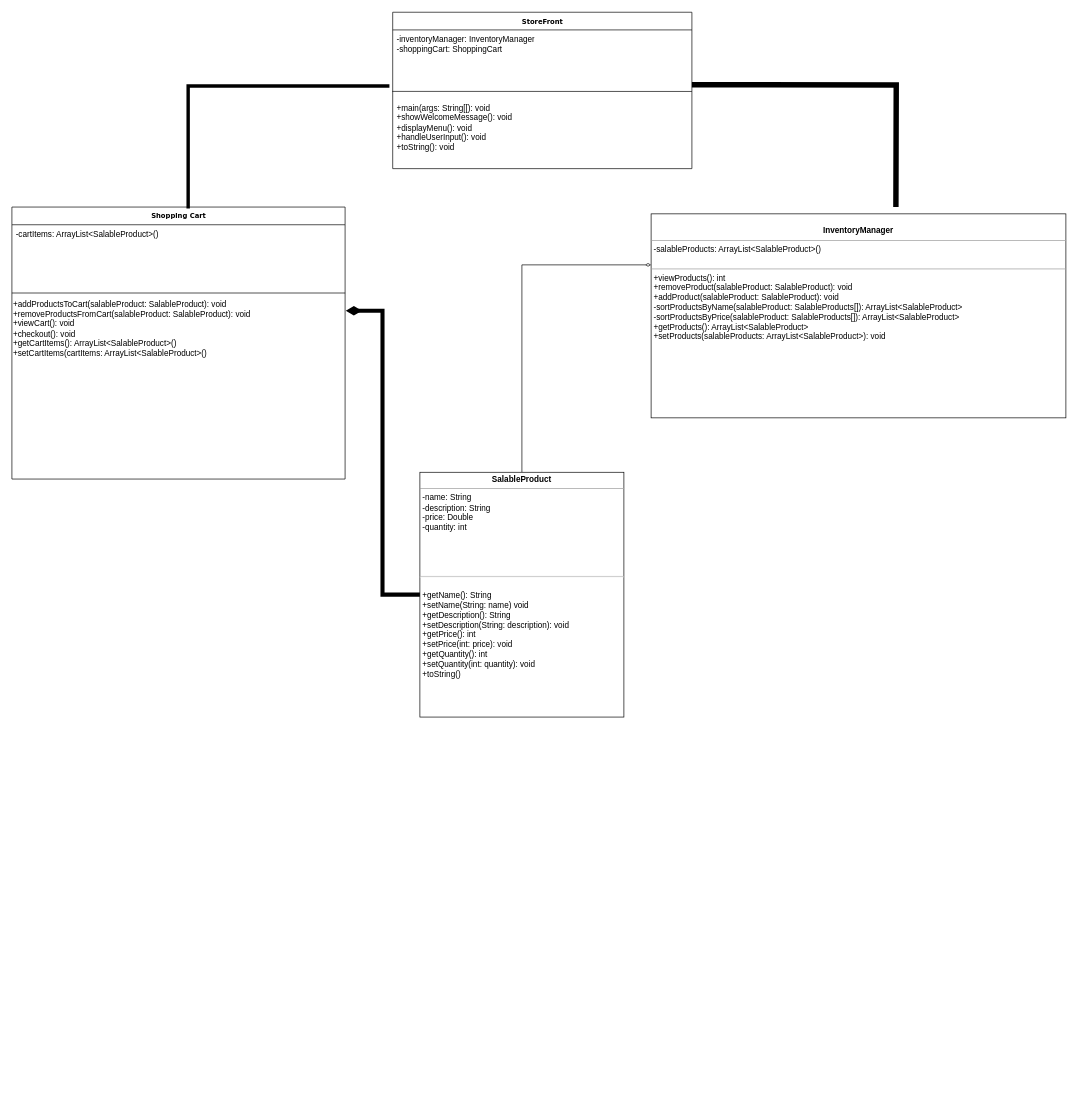
The draw.io diagram Toni's Store.drawio in toniomon96/grad_school, before the edit. Source tidied: cells renumbered, new cells numbered last; positions are measured from the earlier drawing's top-left corner, leaving out a move shared by most shapes. Both pictures are drawn from the tidied source at 68%, with x=0, y=0 at pixel (12, 12).
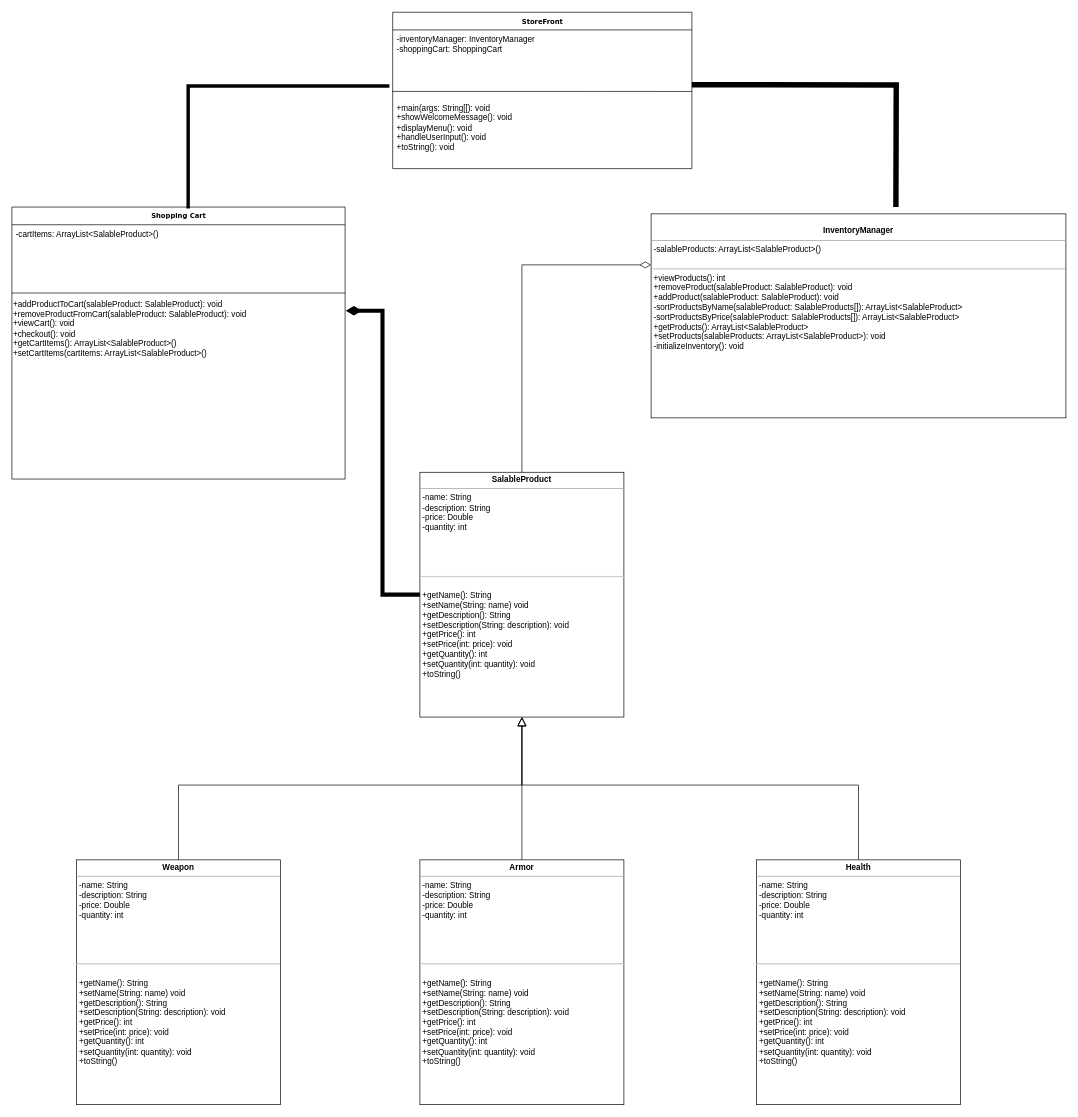
The same page after the edit.

The change refers to these unchanged cells:
```xml
<mxCell id="2" value="&lt;b&gt;Shopping Cart&lt;/b&gt;" style="swimlane;html=1;fontStyle=0;horizontal=1;startSize=26;fillColor=none;swimlaneFillColor=#ffffff;rounded=0;shadow=0;comic=0;labelBackgroundColor=none;strokeWidth=1;fontFamily=Verdana;fontSize=10;align=center;" parent="1" vertex="1">
  <mxGeometry y="286" width="490" height="400" as="geometry" />
</mxCell>
<mxCell id="11" value="&lt;p style=&quot;margin:0px;margin-top:4px;text-align:center;&quot;&gt;&lt;b&gt;SalableProduct&lt;/b&gt;&lt;/p&gt;&lt;hr size=&quot;1&quot;&gt;&lt;p style=&quot;margin:0px;margin-left:4px;&quot;&gt;-name: String&lt;/p&gt;&lt;p style=&quot;margin:0px;margin-left:4px;&quot;&gt;-description: String&lt;/p&gt;&lt;p style=&quot;margin:0px;margin-left:4px;&quot;&gt;-price: Double&lt;/p&gt;&lt;p style=&quot;margin:0px;margin-left:4px;&quot;&gt;-quantity: int&lt;/p&gt;&lt;p style=&quot;margin:0px;margin-left:4px;&quot;&gt;&lt;br&gt;&lt;/p&gt;&lt;p style=&quot;margin:0px;margin-left:4px;&quot;&gt;&lt;br&gt;&lt;/p&gt;&lt;p style=&quot;margin:0px;margin-left:4px;&quot;&gt;&lt;br&gt;&lt;/p&gt;&lt;p style=&quot;margin:0px;margin-left:4px;&quot;&gt;&lt;br&gt;&lt;/p&gt;&lt;hr&gt;&lt;p style=&quot;margin:0px;margin-left:4px;&quot;&gt;&lt;br&gt;&lt;/p&gt;&lt;p style=&quot;border-color: var(--border-color); margin: 0px 0px 0px 4px;&quot;&gt;+getName(): String&lt;/p&gt;&lt;p style=&quot;border-color: var(--border-color); margin: 0px 0px 0px 4px;&quot;&gt;+setName(String: name) void&lt;/p&gt;&lt;p style=&quot;border-color: var(--border-color); margin: 0px 0px 0px 4px;&quot;&gt;+getDescription(): String&lt;/p&gt;&lt;p style=&quot;border-color: var(--border-color); margin: 0px 0px 0px 4px;&quot;&gt;+setDescription(String: description): void&lt;/p&gt;&lt;p style=&quot;border-color: var(--border-color); margin: 0px 0px 0px 4px;&quot;&gt;+getPrice(): int&lt;/p&gt;&lt;p style=&quot;border-color: var(--border-color); margin: 0px 0px 0px 4px;&quot;&gt;+setPrice(int: price): void&lt;/p&gt;&lt;p style=&quot;border-color: var(--border-color); margin: 0px 0px 0px 4px;&quot;&gt;+getQuantity(): int&lt;/p&gt;&lt;p style=&quot;border-color: var(--border-color); margin: 0px 0px 0px 4px;&quot;&gt;+setQuantity(int: quantity): void&lt;/p&gt;&lt;p style=&quot;border-color: var(--border-color); margin: 0px 0px 0px 4px;&quot;&gt;+toString()&lt;/p&gt;&lt;p style=&quot;border-color: var(--border-color); margin: 0px 0px 0px 4px;&quot;&gt;&lt;br&gt;&lt;/p&gt;&lt;p style=&quot;margin:0px;margin-left:4px;&quot;&gt;&lt;br&gt;&lt;/p&gt;&lt;p style=&quot;margin:0px;margin-left:4px;&quot;&gt;&lt;br&gt;&lt;/p&gt;&lt;p style=&quot;margin:0px;margin-left:4px;&quot;&gt;&lt;br&gt;&lt;/p&gt;&lt;p style=&quot;margin:0px;margin-left:4px;&quot;&gt;&lt;br&gt;&lt;/p&gt;" style="verticalAlign=top;align=left;overflow=fill;fontSize=12;fontFamily=Helvetica;html=1;rounded=0;shadow=0;comic=0;labelBackgroundColor=none;strokeWidth=1;" parent="1" vertex="1">
  <mxGeometry x="600" y="676" width="300" height="360" as="geometry" />
</mxCell>
```

Diff of the diagram source:
```diff
@@
-    <mxCell id="5" value="&lt;br&gt;&lt;br&gt;&lt;br&gt;&lt;br&gt;&lt;br&gt;&lt;br&gt;&lt;br&gt;&lt;br&gt;&lt;br&gt;&lt;br&gt;&lt;br&gt;&lt;br&gt;&lt;br&gt;&lt;br&gt;+addProductsToCart(salableProduct: SalableProduct): void&lt;br&gt;+removeProductsFromCart(salableProduct: SalableProduct): void&lt;br&gt;+viewCart(): void&lt;br&gt;+checkout(): void&lt;br&gt;+getCartItems(): ArrayList&amp;lt;SalableProduct&amp;gt;()&lt;br&gt;+setCartItems(cartItems: ArrayList&amp;lt;SalableProduct&amp;gt;()&lt;br&gt;&lt;br&gt;&lt;br&gt;&lt;br&gt;&lt;br&gt;&lt;br&gt;&lt;br&gt;&lt;br&gt;&lt;br&gt;&lt;br&gt;&lt;br&gt;&lt;br&gt;&lt;br&gt;&lt;div&gt;&lt;br&gt;&lt;/div&gt;" style="text;strokeColor=none;align=left;fillColor=none;html=1;verticalAlign=middle;whiteSpace=wrap;rounded=0;" parent="2" vertex="1">
+    <mxCell id="5" value="&lt;br&gt;&lt;br&gt;&lt;br&gt;&lt;br&gt;&lt;br&gt;&lt;br&gt;&lt;br&gt;&lt;br&gt;&lt;br&gt;&lt;br&gt;&lt;br&gt;&lt;br&gt;&lt;br&gt;&lt;br&gt;+addProductToCart(salableProduct: SalableProduct): void&lt;br&gt;+removeProductFromCart(salableProduct: SalableProduct): void&lt;br&gt;+viewCart(): void&lt;br&gt;+checkout(): void&lt;br&gt;+getCartItems(): ArrayList&amp;lt;SalableProduct&amp;gt;()&lt;br&gt;+setCartItems(cartItems: ArrayList&amp;lt;SalableProduct&amp;gt;()&lt;br&gt;&lt;br&gt;&lt;br&gt;&lt;br&gt;&lt;br&gt;&lt;br&gt;&lt;br&gt;&lt;br&gt;&lt;br&gt;&lt;br&gt;&lt;br&gt;&lt;br&gt;&lt;br&gt;&lt;div&gt;&lt;br&gt;&lt;/div&gt;" style="text;strokeColor=none;align=left;fillColor=none;html=1;verticalAlign=middle;whiteSpace=wrap;rounded=0;" parent="2" vertex="1">
       <mxGeometry y="52" width="490" height="240" as="geometry" />
     </mxCell>
@@
-    <mxCell id="9" value="&lt;p style=&quot;margin:0px;margin-top:4px;text-align:center;&quot;&gt;&lt;br&gt;&lt;b&gt;InventoryManager&lt;/b&gt;&lt;/p&gt;&lt;hr size=&quot;1&quot;&gt;&lt;p style=&quot;margin:0px;margin-left:4px;&quot;&gt;-salableProducts: ArrayList&amp;lt;SalableProduct&amp;gt;()&lt;br&gt;&lt;br&gt;&lt;/p&gt;&lt;hr size=&quot;1&quot;&gt;&lt;p style=&quot;margin:0px;margin-left:4px;&quot;&gt;+viewProducts(): int&lt;br&gt;+removeProduct(salableProduct: SalableProduct): void&lt;/p&gt;&lt;p style=&quot;margin:0px;margin-left:4px;&quot;&gt;+addProduct(salableProduct: SalableProduct): void&lt;/p&gt;&lt;p style=&quot;margin:0px;margin-left:4px;&quot;&gt;-sortProductsByName(salableProduct: SalableProducts[]): ArrayList&amp;lt;SalableProduct&amp;gt;&lt;/p&gt;&lt;p style=&quot;margin:0px;margin-left:4px;&quot;&gt;&lt;span style=&quot;background-color: initial;&quot;&gt;-sortProductsByPrice(salableProduct: SalableProducts[]): ArrayList&amp;lt;SalableProduct&amp;gt;&lt;/span&gt;&lt;/p&gt;&lt;p style=&quot;margin:0px;margin-left:4px;&quot;&gt;&lt;span style=&quot;background-color: initial;&quot;&gt;+getProducts(): ArrayList&amp;lt;SalableProduct&amp;gt;&lt;/span&gt;&lt;/p&gt;&lt;p style=&quot;margin:0px;margin-left:4px;&quot;&gt;&lt;span style=&quot;background-color: initial;&quot;&gt;+setProducts(salableProducts: ArrayList&amp;lt;SalableProduct&amp;gt;): void&lt;/span&gt;&lt;/p&gt;" style="verticalAlign=top;align=left;overflow=fill;fontSize=12;fontFamily=Helvetica;html=1;rounded=0;shadow=0;comic=0;labelBackgroundColor=none;strokeWidth=1;" parent="1" vertex="1">
+    <mxCell id="9" value="&lt;p style=&quot;margin:0px;margin-top:4px;text-align:center;&quot;&gt;&lt;br&gt;&lt;b&gt;InventoryManager&lt;/b&gt;&lt;/p&gt;&lt;hr size=&quot;1&quot;&gt;&lt;p style=&quot;margin:0px;margin-left:4px;&quot;&gt;-salableProducts: ArrayList&amp;lt;SalableProduct&amp;gt;()&lt;br&gt;&lt;br&gt;&lt;/p&gt;&lt;hr size=&quot;1&quot;&gt;&lt;p style=&quot;margin:0px;margin-left:4px;&quot;&gt;+viewProducts(): int&lt;br&gt;+removeProduct(salableProduct: SalableProduct): void&lt;/p&gt;&lt;p style=&quot;margin:0px;margin-left:4px;&quot;&gt;+addProduct(salableProduct: SalableProduct): void&lt;/p&gt;&lt;p style=&quot;margin:0px;margin-left:4px;&quot;&gt;-sortProductsByName(salableProduct: SalableProducts[]): ArrayList&amp;lt;SalableProduct&amp;gt;&lt;/p&gt;&lt;p style=&quot;margin:0px;margin-left:4px;&quot;&gt;&lt;span style=&quot;background-color: initial;&quot;&gt;-sortProductsByPrice(salableProduct: SalableProducts[]): ArrayList&amp;lt;SalableProduct&amp;gt;&lt;/span&gt;&lt;/p&gt;&lt;p style=&quot;margin:0px;margin-left:4px;&quot;&gt;&lt;span style=&quot;background-color: initial;&quot;&gt;+getProducts(): ArrayList&amp;lt;SalableProduct&amp;gt;&lt;/span&gt;&lt;/p&gt;&lt;p style=&quot;margin:0px;margin-left:4px;&quot;&gt;&lt;span style=&quot;background-color: initial;&quot;&gt;+setProducts(salableProducts: ArrayList&amp;lt;SalableProduct&amp;gt;): void&lt;/span&gt;&lt;/p&gt;&lt;p style=&quot;margin:0px;margin-left:4px;&quot;&gt;-initializeInventory(): void&lt;/p&gt;" style="verticalAlign=top;align=left;overflow=fill;fontSize=12;fontFamily=Helvetica;html=1;rounded=0;shadow=0;comic=0;labelBackgroundColor=none;strokeWidth=1;" parent="1" vertex="1">
       <mxGeometry x="940" y="296" width="610" height="300" as="geometry" />
     </mxCell>
-    <mxCell id="10" style="edgeStyle=orthogonalEdgeStyle;rounded=0;jettySize=auto;html=1;exitX=0.5;exitY=0;exitDx=0;exitDy=0;entryX=0;entryY=0.25;entryDx=0;entryDy=0;endArrow=diamondThin;endFill=0;strokeWidth=1;" parent="1" edge="1" source="11" target="9">
+    <mxCell id="10" style="edgeStyle=orthogonalEdgeStyle;rounded=0;jettySize=auto;html=1;exitX=0.5;exitY=0;exitDx=0;exitDy=0;entryX=0;entryY=0.25;entryDx=0;entryDy=0;endArrow=diamondThin;endFill=0;strokeWidth=1;endSize=14;" parent="1" edge="1" source="11" target="9">
       <mxGeometry relative="1" as="geometry" />
     </mxCell>
@@
+    <mxCell id="15" style="edgeStyle=orthogonalEdgeStyle;rounded=0;jettySize=auto;html=1;endArrow=block;endFill=0;endSize=11;" parent="1" edge="1" source="16" target="11">
+      <mxGeometry relative="1" as="geometry">
+        <Array as="points">
+          <mxPoint x="245" y="1136" />
+          <mxPoint x="750" y="1136" />
+        </Array>
+      </mxGeometry>
+    </mxCell>
+    <mxCell id="16" value="&lt;p style=&quot;margin:0px;margin-top:4px;text-align:center;&quot;&gt;&lt;b&gt;Weapon&lt;/b&gt;&lt;/p&gt;&lt;hr size=&quot;1&quot;&gt;&lt;p style=&quot;margin:0px;margin-left:4px;&quot;&gt;-name: String&lt;/p&gt;&lt;p style=&quot;margin:0px;margin-left:4px;&quot;&gt;-description: String&lt;/p&gt;&lt;p style=&quot;margin:0px;margin-left:4px;&quot;&gt;-price: Double&lt;/p&gt;&lt;p style=&quot;margin:0px;margin-left:4px;&quot;&gt;-quantity: int&lt;/p&gt;&lt;p style=&quot;margin:0px;margin-left:4px;&quot;&gt;&lt;br&gt;&lt;/p&gt;&lt;p style=&quot;margin:0px;margin-left:4px;&quot;&gt;&lt;br&gt;&lt;/p&gt;&lt;p style=&quot;margin:0px;margin-left:4px;&quot;&gt;&lt;br&gt;&lt;/p&gt;&lt;p style=&quot;margin:0px;margin-left:4px;&quot;&gt;&lt;br&gt;&lt;/p&gt;&lt;hr&gt;&lt;p style=&quot;margin:0px;margin-left:4px;&quot;&gt;&lt;br&gt;&lt;/p&gt;&lt;p style=&quot;border-color: var(--border-color); margin: 0px 0px 0px 4px;&quot;&gt;+getName(): String&lt;/p&gt;&lt;p style=&quot;border-color: var(--border-color); margin: 0px 0px 0px 4px;&quot;&gt;+setName(String: name) void&lt;/p&gt;&lt;p style=&quot;border-color: var(--border-color); margin: 0px 0px 0px 4px;&quot;&gt;+getDescription(): String&lt;/p&gt;&lt;p style=&quot;border-color: var(--border-color); margin: 0px 0px 0px 4px;&quot;&gt;+setDescription(String: description): void&lt;/p&gt;&lt;p style=&quot;border-color: var(--border-color); margin: 0px 0px 0px 4px;&quot;&gt;+getPrice(): int&lt;/p&gt;&lt;p style=&quot;border-color: var(--border-color); margin: 0px 0px 0px 4px;&quot;&gt;+setPrice(int: price): void&lt;/p&gt;&lt;p style=&quot;border-color: var(--border-color); margin: 0px 0px 0px 4px;&quot;&gt;+getQuantity(): int&lt;/p&gt;&lt;p style=&quot;border-color: var(--border-color); margin: 0px 0px 0px 4px;&quot;&gt;+setQuantity(int: quantity): void&lt;/p&gt;&lt;p style=&quot;border-color: var(--border-color); margin: 0px 0px 0px 4px;&quot;&gt;+toString()&lt;/p&gt;&lt;p style=&quot;border-color: var(--border-color); margin: 0px 0px 0px 4px;&quot;&gt;&lt;br&gt;&lt;/p&gt;&lt;p style=&quot;margin:0px;margin-left:4px;&quot;&gt;&lt;br&gt;&lt;/p&gt;&lt;p style=&quot;margin:0px;margin-left:4px;&quot;&gt;&lt;br&gt;&lt;/p&gt;&lt;p style=&quot;margin:0px;margin-left:4px;&quot;&gt;&lt;br&gt;&lt;/p&gt;&lt;p style=&quot;margin:0px;margin-left:4px;&quot;&gt;&lt;br&gt;&lt;/p&gt;" style="verticalAlign=top;align=left;overflow=fill;fontSize=12;fontFamily=Helvetica;html=1;rounded=0;shadow=0;comic=0;labelBackgroundColor=none;strokeWidth=1;" parent="1" vertex="1">
+      <mxGeometry x="95" y="1246" width="300" height="360" as="geometry" />
+    </mxCell>
+    <mxCell id="17" style="edgeStyle=orthogonalEdgeStyle;rounded=0;jettySize=auto;html=1;entryX=0.5;entryY=1;entryDx=0;entryDy=0;endArrow=block;endFill=0;endSize=11;" parent="1" edge="1" source="18" target="11">
+      <mxGeometry relative="1" as="geometry" />
+    </mxCell>
+    <mxCell id="18" value="&lt;p style=&quot;margin:0px;margin-top:4px;text-align:center;&quot;&gt;&lt;b&gt;Armor&lt;/b&gt;&lt;/p&gt;&lt;hr size=&quot;1&quot;&gt;&lt;p style=&quot;margin:0px;margin-left:4px;&quot;&gt;-name: String&lt;/p&gt;&lt;p style=&quot;margin:0px;margin-left:4px;&quot;&gt;-description: String&lt;/p&gt;&lt;p style=&quot;margin:0px;margin-left:4px;&quot;&gt;-price: Double&lt;/p&gt;&lt;p style=&quot;margin:0px;margin-left:4px;&quot;&gt;-quantity: int&lt;/p&gt;&lt;p style=&quot;margin:0px;margin-left:4px;&quot;&gt;&lt;br&gt;&lt;/p&gt;&lt;p style=&quot;margin:0px;margin-left:4px;&quot;&gt;&lt;br&gt;&lt;/p&gt;&lt;p style=&quot;margin:0px;margin-left:4px;&quot;&gt;&lt;br&gt;&lt;/p&gt;&lt;p style=&quot;margin:0px;margin-left:4px;&quot;&gt;&lt;br&gt;&lt;/p&gt;&lt;hr&gt;&lt;p style=&quot;margin:0px;margin-left:4px;&quot;&gt;&lt;br&gt;&lt;/p&gt;&lt;p style=&quot;border-color: var(--border-color); margin: 0px 0px 0px 4px;&quot;&gt;+getName(): String&lt;/p&gt;&lt;p style=&quot;border-color: var(--border-color); margin: 0px 0px 0px 4px;&quot;&gt;+setName(String: name) void&lt;/p&gt;&lt;p style=&quot;border-color: var(--border-color); margin: 0px 0px 0px 4px;&quot;&gt;+getDescription(): String&lt;/p&gt;&lt;p style=&quot;border-color: var(--border-color); margin: 0px 0px 0px 4px;&quot;&gt;+setDescription(String: description): void&lt;/p&gt;&lt;p style=&quot;border-color: var(--border-color); margin: 0px 0px 0px 4px;&quot;&gt;+getPrice(): int&lt;/p&gt;&lt;p style=&quot;border-color: var(--border-color); margin: 0px 0px 0px 4px;&quot;&gt;+setPrice(int: price): void&lt;/p&gt;&lt;p style=&quot;border-color: var(--border-color); margin: 0px 0px 0px 4px;&quot;&gt;+getQuantity(): int&lt;/p&gt;&lt;p style=&quot;border-color: var(--border-color); margin: 0px 0px 0px 4px;&quot;&gt;+setQuantity(int: quantity): void&lt;/p&gt;&lt;p style=&quot;border-color: var(--border-color); margin: 0px 0px 0px 4px;&quot;&gt;+toString()&lt;/p&gt;&lt;p style=&quot;border-color: var(--border-color); margin: 0px 0px 0px 4px;&quot;&gt;&lt;br&gt;&lt;/p&gt;&lt;p style=&quot;margin:0px;margin-left:4px;&quot;&gt;&lt;br&gt;&lt;/p&gt;&lt;p style=&quot;margin:0px;margin-left:4px;&quot;&gt;&lt;br&gt;&lt;/p&gt;&lt;p style=&quot;margin:0px;margin-left:4px;&quot;&gt;&lt;br&gt;&lt;/p&gt;&lt;p style=&quot;margin:0px;margin-left:4px;&quot;&gt;&lt;br&gt;&lt;/p&gt;" style="verticalAlign=top;align=left;overflow=fill;fontSize=12;fontFamily=Helvetica;html=1;rounded=0;shadow=0;comic=0;labelBackgroundColor=none;strokeWidth=1;" parent="1" vertex="1">
+      <mxGeometry x="600" y="1246" width="300" height="360" as="geometry" />
+    </mxCell>
+    <mxCell id="19" style="edgeStyle=orthogonalEdgeStyle;rounded=0;jettySize=auto;html=1;entryX=0.5;entryY=1;entryDx=0;entryDy=0;endArrow=block;endFill=0;endSize=11;" parent="1" edge="1" source="20" target="11">
+      <mxGeometry relative="1" as="geometry">
+        <Array as="points">
+          <mxPoint x="1245" y="1136" />
+          <mxPoint x="750" y="1136" />
+        </Array>
+      </mxGeometry>
+    </mxCell>
+    <mxCell id="20" value="&lt;p style=&quot;margin:0px;margin-top:4px;text-align:center;&quot;&gt;&lt;b&gt;Health&lt;/b&gt;&lt;/p&gt;&lt;hr size=&quot;1&quot;&gt;&lt;p style=&quot;margin:0px;margin-left:4px;&quot;&gt;-name: String&lt;/p&gt;&lt;p style=&quot;margin:0px;margin-left:4px;&quot;&gt;-description: String&lt;/p&gt;&lt;p style=&quot;margin:0px;margin-left:4px;&quot;&gt;-price: Double&lt;/p&gt;&lt;p style=&quot;margin:0px;margin-left:4px;&quot;&gt;-quantity: int&lt;/p&gt;&lt;p style=&quot;margin:0px;margin-left:4px;&quot;&gt;&lt;br&gt;&lt;/p&gt;&lt;p style=&quot;margin:0px;margin-left:4px;&quot;&gt;&lt;br&gt;&lt;/p&gt;&lt;p style=&quot;margin:0px;margin-left:4px;&quot;&gt;&lt;br&gt;&lt;/p&gt;&lt;p style=&quot;margin:0px;margin-left:4px;&quot;&gt;&lt;br&gt;&lt;/p&gt;&lt;hr&gt;&lt;p style=&quot;margin:0px;margin-left:4px;&quot;&gt;&lt;br&gt;&lt;/p&gt;&lt;p style=&quot;border-color: var(--border-color); margin: 0px 0px 0px 4px;&quot;&gt;+getName(): String&lt;/p&gt;&lt;p style=&quot;border-color: var(--border-color); margin: 0px 0px 0px 4px;&quot;&gt;+setName(String: name) void&lt;/p&gt;&lt;p style=&quot;border-color: var(--border-color); margin: 0px 0px 0px 4px;&quot;&gt;+getDescription(): String&lt;/p&gt;&lt;p style=&quot;border-color: var(--border-color); margin: 0px 0px 0px 4px;&quot;&gt;+setDescription(String: description): void&lt;/p&gt;&lt;p style=&quot;border-color: var(--border-color); margin: 0px 0px 0px 4px;&quot;&gt;+getPrice(): int&lt;/p&gt;&lt;p style=&quot;border-color: var(--border-color); margin: 0px 0px 0px 4px;&quot;&gt;+setPrice(int: price): void&lt;/p&gt;&lt;p style=&quot;border-color: var(--border-color); margin: 0px 0px 0px 4px;&quot;&gt;+getQuantity(): int&lt;/p&gt;&lt;p style=&quot;border-color: var(--border-color); margin: 0px 0px 0px 4px;&quot;&gt;+setQuantity(int: quantity): void&lt;/p&gt;&lt;p style=&quot;border-color: var(--border-color); margin: 0px 0px 0px 4px;&quot;&gt;+toString()&lt;/p&gt;&lt;p style=&quot;border-color: var(--border-color); margin: 0px 0px 0px 4px;&quot;&gt;&lt;br&gt;&lt;/p&gt;&lt;p style=&quot;margin:0px;margin-left:4px;&quot;&gt;&lt;br&gt;&lt;/p&gt;&lt;p style=&quot;margin:0px;margin-left:4px;&quot;&gt;&lt;br&gt;&lt;/p&gt;&lt;p style=&quot;margin:0px;margin-left:4px;&quot;&gt;&lt;br&gt;&lt;/p&gt;&lt;p style=&quot;margin:0px;margin-left:4px;&quot;&gt;&lt;br&gt;&lt;/p&gt;" style="verticalAlign=top;align=left;overflow=fill;fontSize=12;fontFamily=Helvetica;html=1;rounded=0;shadow=0;comic=0;labelBackgroundColor=none;strokeWidth=1;" parent="1" vertex="1">
+      <mxGeometry x="1095" y="1246" width="300" height="360" as="geometry" />
+    </mxCell>
```
